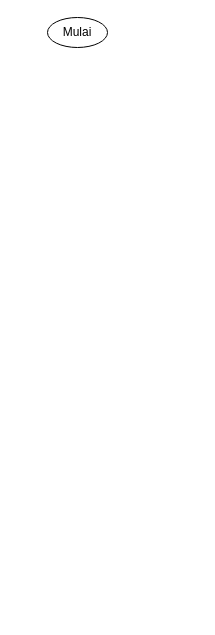
This is Design Database/Bu Yus.drawio from wahyupambudi/project-travel, a draw.io file, before an edit. Source tidied: cells renumbered, new cells numbered last; positions are measured from the earlier drawing's top-left corner, leaving out a move shared by most shapes. Both pictures are drawn from the tidied source at 100%, with x=0, y=0 at pixel (47, 17).
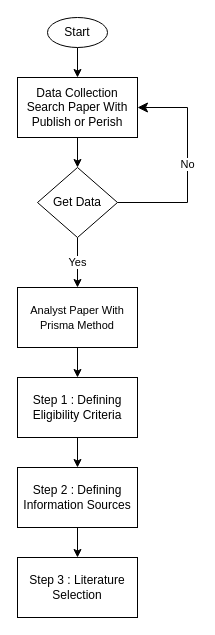
After the change.

The edit, as a diff of the source:
```diff
@@
 <mxGraphModel>
   <root>
     <mxCell id="0" />
     <mxCell id="1" parent="0" />
+    <mxCell id="3" style="edgeStyle=orthogonalEdgeStyle;rounded=0;jettySize=auto;html=1;" parent="1" edge="1" source="2" target="5">
+      <mxGeometry relative="1" as="geometry" />
+    </mxCell>
-    <mxCell id="2" value="Mulai" style="ellipse;whiteSpace=wrap;html=1;" parent="1" vertex="1">
+    <mxCell id="2" value="Start" style="ellipse;whiteSpace=wrap;html=1;" parent="1" vertex="1">
       <mxGeometry width="60" height="30" as="geometry" />
     </mxCell>
+    <mxCell id="4" style="edgeStyle=orthogonalEdgeStyle;rounded=0;jettySize=auto;html=1;" parent="1" edge="1" source="5" target="7">
+      <mxGeometry relative="1" as="geometry" />
+    </mxCell>
+    <mxCell id="5" value="&lt;div&gt;Data Collection&lt;/div&gt;&lt;div&gt;Search Paper With Publish or Perish&lt;br&gt;&lt;/div&gt;" style="whiteSpace=wrap;html=1;" parent="1" vertex="1">
+      <mxGeometry x="-30" y="60" width="120" height="60" as="geometry" />
+    </mxCell>
+    <mxCell id="6" value="Yes" style="edgeStyle=orthogonalEdgeStyle;rounded=0;jettySize=auto;html=1;" parent="1" edge="1" source="7" target="10">
+      <mxGeometry relative="1" as="geometry" />
+    </mxCell>
+    <mxCell id="7" value="Get Data" style="rhombus;whiteSpace=wrap;html=1;" parent="1" vertex="1">
+      <mxGeometry x="-10" y="150" width="80" height="70" as="geometry" />
+    </mxCell>
+    <mxCell id="8" value="No" style="edgeStyle=elbowEdgeStyle;elbow=vertical;endArrow=classic;html=1;curved=0;rounded=0;endSize=8;startSize=8;exitX=1;exitY=0.5;exitDx=0;exitDy=0;entryX=1;entryY=0.5;entryDx=0;entryDy=0;" parent="1" edge="1" source="7" target="5">
+      <mxGeometry relative="1" as="geometry">
+        <Array as="points">
+          <mxPoint x="140" y="140" />
+        </Array>
+      </mxGeometry>
+    </mxCell>
+    <mxCell id="9" style="edgeStyle=orthogonalEdgeStyle;rounded=0;jettySize=auto;html=1;fontSize=11;" parent="1" edge="1" source="10" target="12">
+      <mxGeometry relative="1" as="geometry" />
+    </mxCell>
+    <mxCell id="10" value="&lt;font style=&quot;font-size: 11px;&quot;&gt;Analyst Paper With Prisma Method&lt;/font&gt;" style="whiteSpace=wrap;html=1;" parent="1" vertex="1">
+      <mxGeometry x="-30" y="270" width="120" height="60" as="geometry" />
+    </mxCell>
+    <mxCell id="11" style="edgeStyle=orthogonalEdgeStyle;rounded=0;jettySize=auto;html=1;fontSize=11;" parent="1" edge="1" source="12" target="14">
+      <mxGeometry relative="1" as="geometry" />
+    </mxCell>
+    <mxCell id="12" value="Step 1 : Defining Eligibility Criteria" style="whiteSpace=wrap;html=1;" parent="1" vertex="1">
+      <mxGeometry x="-30" y="360" width="120" height="60" as="geometry" />
+    </mxCell>
+    <mxCell id="13" style="edgeStyle=orthogonalEdgeStyle;rounded=0;jettySize=auto;html=1;fontSize=11;" parent="1" edge="1" source="14" target="15">
+      <mxGeometry relative="1" as="geometry" />
+    </mxCell>
+    <mxCell id="14" value="Step 2 : Defining Information Sources" style="whiteSpace=wrap;html=1;" parent="1" vertex="1">
+      <mxGeometry x="-30" y="450" width="120" height="60" as="geometry" />
+    </mxCell>
+    <mxCell id="15" value="Step 3 : Literature Selection" style="whiteSpace=wrap;html=1;" parent="1" vertex="1">
+      <mxGeometry x="-30" y="540" width="120" height="60" as="geometry" />
+    </mxCell>
   </root>
 </mxGraphModel>
```
